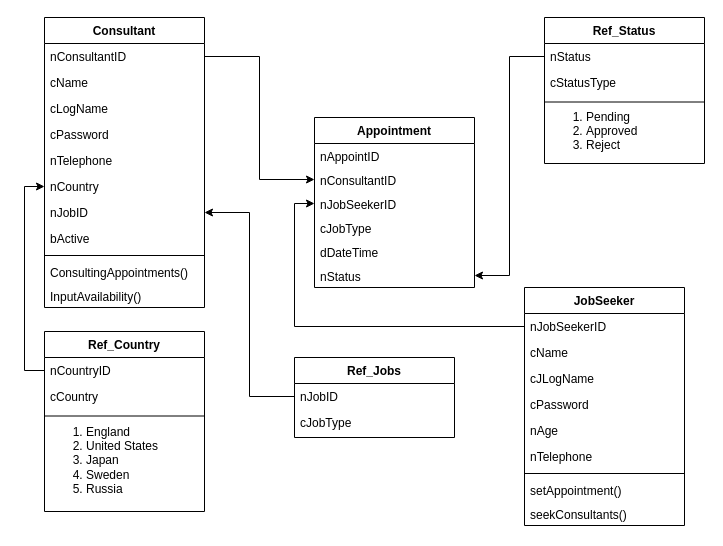
The draw.io diagram page "Table Design Diagram" (2 of 3) of Untitled Diagram.drawio in danujaysl/CourseworkADPRG, before the edit. Source tidied: cells renumbered, new cells numbered last; positions are measured from the earlier drawing's top-left corner, leaving out a move shared by most shapes. Both pictures are drawn from the tidied source at 100%, with x=0, y=0 at pixel (44, 17).
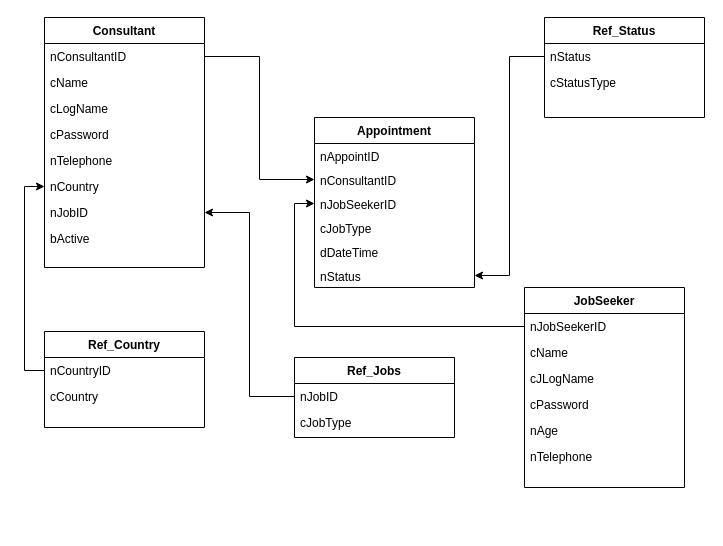
After the change.

Change to the diagram source:
```diff
@@
     <mxCell id="2" value="Consultant&#10;" style="swimlane;fontStyle=1;align=center;verticalAlign=top;horizontal=1;startSize=26;rounded=0;shadow=0;strokeWidth=1;" parent="1" vertex="1">
-      <mxGeometry width="160" height="290" as="geometry" />
+      <mxGeometry width="160" height="250" as="geometry" />
     </mxCell>
@@
-    <mxCell id="11" style="line;html=1;strokeWidth=1;align=left;verticalAlign=middle;spacingTop=-1;spacingLeft=3;spacingRight=3;labelPosition=right;" parent="2" vertex="1">
-      <mxGeometry y="234" width="160" height="8" as="geometry" />
-    </mxCell>
-    <mxCell id="12" value="ConsultingAppointments()" style="text;align=left;verticalAlign=top;spacingLeft=4;spacingRight=4;overflow=hidden;" parent="2" vertex="1">
-      <mxGeometry y="242" width="160" height="24" as="geometry" />
-    </mxCell>
-    <mxCell id="13" value="InputAvailability()" style="text;align=left;verticalAlign=top;spacingLeft=4;spacingRight=4;overflow=hidden;" parent="2" vertex="1">
-      <mxGeometry y="266" width="160" height="24" as="geometry" />
-    </mxCell>
     <mxCell id="14" value="JobSeeker&#10;" style="swimlane;fontStyle=1;align=center;verticalAlign=top;horizontal=1;startSize=26;rounded=0;shadow=0;strokeWidth=1;" parent="1" vertex="1">
-      <mxGeometry x="480" y="270" width="160" height="238" as="geometry" />
+      <mxGeometry x="480" y="270" width="160" height="200" as="geometry" />
     </mxCell>
@@
-    <mxCell id="21" style="line;html=1;strokeWidth=1;align=left;verticalAlign=middle;spacingTop=-1;spacingLeft=3;spacingRight=3;labelPosition=right;" parent="14" vertex="1">
-      <mxGeometry y="182" width="160" height="8" as="geometry" />
-    </mxCell>
-    <mxCell id="22" value="setAppointment()" style="text;align=left;verticalAlign=top;spacingLeft=4;spacingRight=4;overflow=hidden;" parent="14" vertex="1">
-      <mxGeometry y="190" width="160" height="24" as="geometry" />
-    </mxCell>
-    <mxCell id="23" value="seekConsultants()" style="text;align=left;verticalAlign=top;spacingLeft=4;spacingRight=4;overflow=hidden;" parent="14" vertex="1">
-      <mxGeometry y="214" width="160" height="24" as="geometry" />
-    </mxCell>
     <mxCell id="24" value="Ref_Status" style="swimlane;fontStyle=1;align=center;verticalAlign=top;horizontal=1;startSize=26;rounded=0;shadow=0;strokeWidth=1;" parent="1" vertex="1">
-      <mxGeometry x="500" width="160" height="146" as="geometry" />
+      <mxGeometry x="500" width="160" height="100" as="geometry" />
     </mxCell>
@@
-    <mxCell id="27" style="endArrow=none;html=1;rounded=0;" parent="24" edge="1">
-      <mxGeometry relative="1" as="geometry">
-        <mxPoint y="84.5" as="sourcePoint" />
-        <mxPoint x="160" y="84.5" as="targetPoint" />
-      </mxGeometry>
-    </mxCell>
-    <mxCell id="28" value="&lt;ol&gt;&lt;li&gt;Pending&lt;/li&gt;&lt;li&gt;Approved&lt;/li&gt;&lt;li&gt;Reject&lt;/li&gt;&lt;/ol&gt;" style="text;strokeColor=none;fillColor=none;html=1;whiteSpace=wrap;verticalAlign=middle;overflow=hidden;" parent="24" vertex="1">
-      <mxGeometry y="78" width="160" height="68" as="geometry" />
-    </mxCell>
@@
     <mxCell id="39" value="Ref_Country" style="swimlane;fontStyle=1;align=center;verticalAlign=top;horizontal=1;startSize=26;rounded=0;shadow=0;strokeWidth=1;" parent="1" vertex="1">
-      <mxGeometry y="314" width="160" height="180" as="geometry" />
+      <mxGeometry y="314" width="160" height="96" as="geometry" />
     </mxCell>
@@
-    <mxCell id="42" style="endArrow=none;html=1;rounded=0;" parent="39" edge="1">
-      <mxGeometry relative="1" as="geometry">
-        <mxPoint y="84.5" as="sourcePoint" />
-        <mxPoint x="160" y="84.5" as="targetPoint" />
-      </mxGeometry>
-    </mxCell>
-    <mxCell id="43" value="&lt;ol&gt;&lt;li&gt;England&lt;/li&gt;&lt;li&gt;United States&lt;/li&gt;&lt;li&gt;Japan&lt;/li&gt;&lt;li&gt;Sweden&lt;/li&gt;&lt;li&gt;Russia&lt;/li&gt;&lt;/ol&gt;" style="text;strokeColor=none;fillColor=none;html=1;whiteSpace=wrap;verticalAlign=middle;overflow=hidden;" parent="39" vertex="1">
-      <mxGeometry y="78" width="160" height="102" as="geometry" />
-    </mxCell>
```
